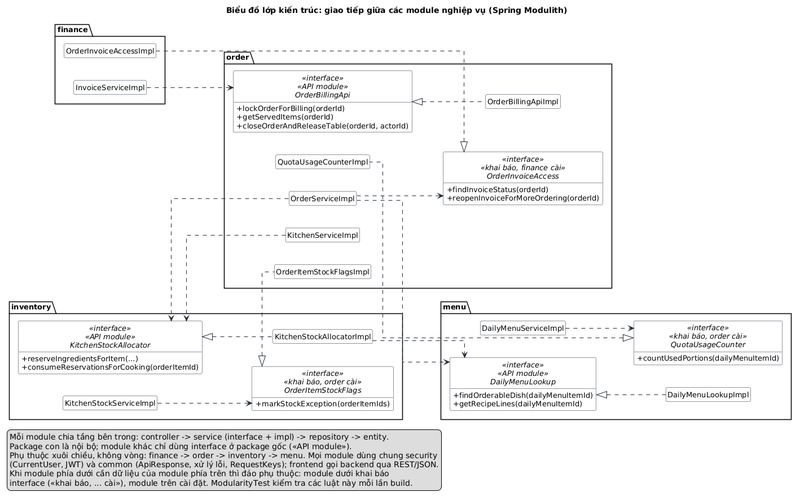
Above: docs/bao-cao-ltnc/uml/class-kien-truc.png in Anpham120/restaurant-management-system (PlantUML), before the change.
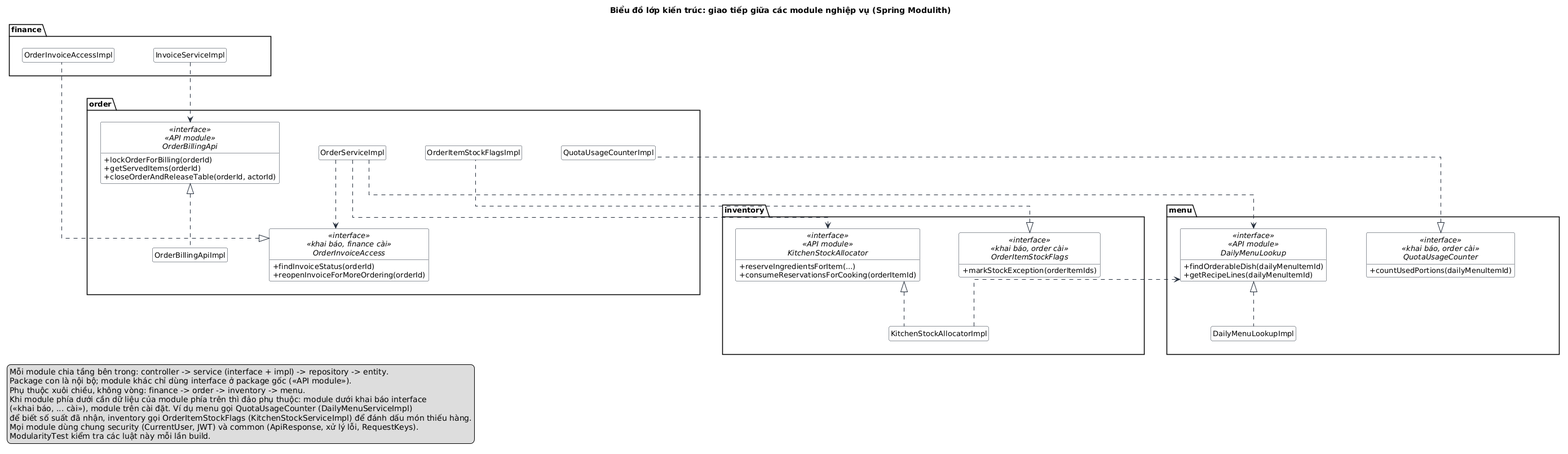
The same diagram one commit later.

The edit, as a diff of the source:
```diff
@@ -3,9 +3,8 @@
 skinparam style strictuml
 hide empty members
 skinparam linetype ortho
-left to right direction
-skinparam nodesep 40
-skinparam ranksep 55
+skinparam nodesep 70
+skinparam ranksep 80
 title Biểu đồ lớp kiến trúc: giao tiếp giữa các module nghiệp vụ (Spring Modulith)
 
 package "finance" as finance {
@@ -18,61 +17,59 @@
     + getServedItems(orderId)
     + closeOrderAndReleaseTable(orderId, actorId)
   }
+  class OrderBillingApiImpl
   interface OrderInvoiceAccess <<interface>> <<khai báo, finance cài>> {
     + findInvoiceStatus(orderId)
     + reopenInvoiceForMoreOrdering(orderId)
   }
-  class OrderBillingApiImpl
   class OrderServiceImpl
-  class KitchenServiceImpl
+  class OrderItemStockFlagsImpl
   class QuotaUsageCounterImpl
-  class OrderItemStockFlagsImpl
 }
 package "inventory" as inventory {
   interface KitchenStockAllocator <<interface>> <<API module>> {
     + reserveIngredientsForItem(...)
     + consumeReservationsForCooking(orderItemId)
   }
+  class KitchenStockAllocatorImpl
   interface OrderItemStockFlags <<interface>> <<khai báo, order cài>> {
     + markStockException(orderItemIds)
   }
-  class KitchenStockAllocatorImpl
-  class KitchenStockServiceImpl
 }
 package "menu" as menu {
   interface DailyMenuLookup <<interface>> <<API module>> {
     + findOrderableDish(dailyMenuItemId)
     + getRecipeLines(dailyMenuItemId)
   }
+  class DailyMenuLookupImpl
   interface QuotaUsageCounter <<interface>> <<khai báo, order cài>> {
     + countUsedPortions(dailyMenuItemId)
   }
-  class DailyMenuLookupImpl
-  class DailyMenuServiceImpl
 }
+finance -[hidden]down- order
+order -[hidden]down- inventory
+inventory -[hidden]right- menu
+
 InvoiceServiceImpl ..> OrderBillingApi
+OrderServiceImpl ..> OrderInvoiceAccess
 OrderServiceImpl ..> KitchenStockAllocator
-KitchenServiceImpl ..> KitchenStockAllocator
 OrderServiceImpl ..> DailyMenuLookup
 KitchenStockAllocatorImpl ..> DailyMenuLookup
-OrderServiceImpl ..> OrderInvoiceAccess
-DailyMenuServiceImpl ..> QuotaUsageCounter
-KitchenStockServiceImpl ..> OrderItemStockFlags
-
 OrderBillingApi <|.. OrderBillingApiImpl
+OrderInvoiceAccess <|.. OrderInvoiceAccessImpl
 KitchenStockAllocator <|.. KitchenStockAllocatorImpl
+OrderItemStockFlags <|.. OrderItemStockFlagsImpl
 DailyMenuLookup <|.. DailyMenuLookupImpl
-OrderInvoiceAccess <|.. OrderInvoiceAccessImpl
 QuotaUsageCounter <|.. QuotaUsageCounterImpl
-OrderItemStockFlags <|.. OrderItemStockFlagsImpl
-
 
 legend bottom left
   Mỗi module chia tầng bên trong: controller -> service (interface + impl) -> repository -> entity.
   Package con là nội bộ; module khác chỉ dùng interface ở package gốc («API module»).
-  Phụ thuộc xuôi chiều, không vòng: finance -> order -> inventory -> menu. Mọi module dùng chung security
-  (CurrentUser, JWT) và common (ApiResponse, xử lý lỗi, RequestKeys); frontend gọi backend qua REST/JSON.
-  Khi module phía dưới cần dữ liệu của module phía trên thì đảo phụ thuộc: module dưới khai báo
-  interface («khai báo, ... cài»), module trên cài đặt. ModularityTest kiểm tra các luật này mỗi lần build.
+  Phụ thuộc xuôi chiều, không vòng: finance -> order -> inventory -> menu.
+  Khi module phía dưới cần dữ liệu của module phía trên thì đảo phụ thuộc: module dưới khai báo interface
+  («khai báo, ... cài»), module trên cài đặt. Ví dụ menu gọi QuotaUsageCounter (DailyMenuServiceImpl)
+  để biết số suất đã nhận, inventory gọi OrderItemStockFlags (KitchenStockServiceImpl) để đánh dấu món thiếu hàng.
+  Mọi module dùng chung security (CurrentUser, JWT) và common (ApiResponse, xử lý lỗi, RequestKeys).
+  ModularityTest kiểm tra các luật này mỗi lần build.
 endlegend
 @enduml
```
